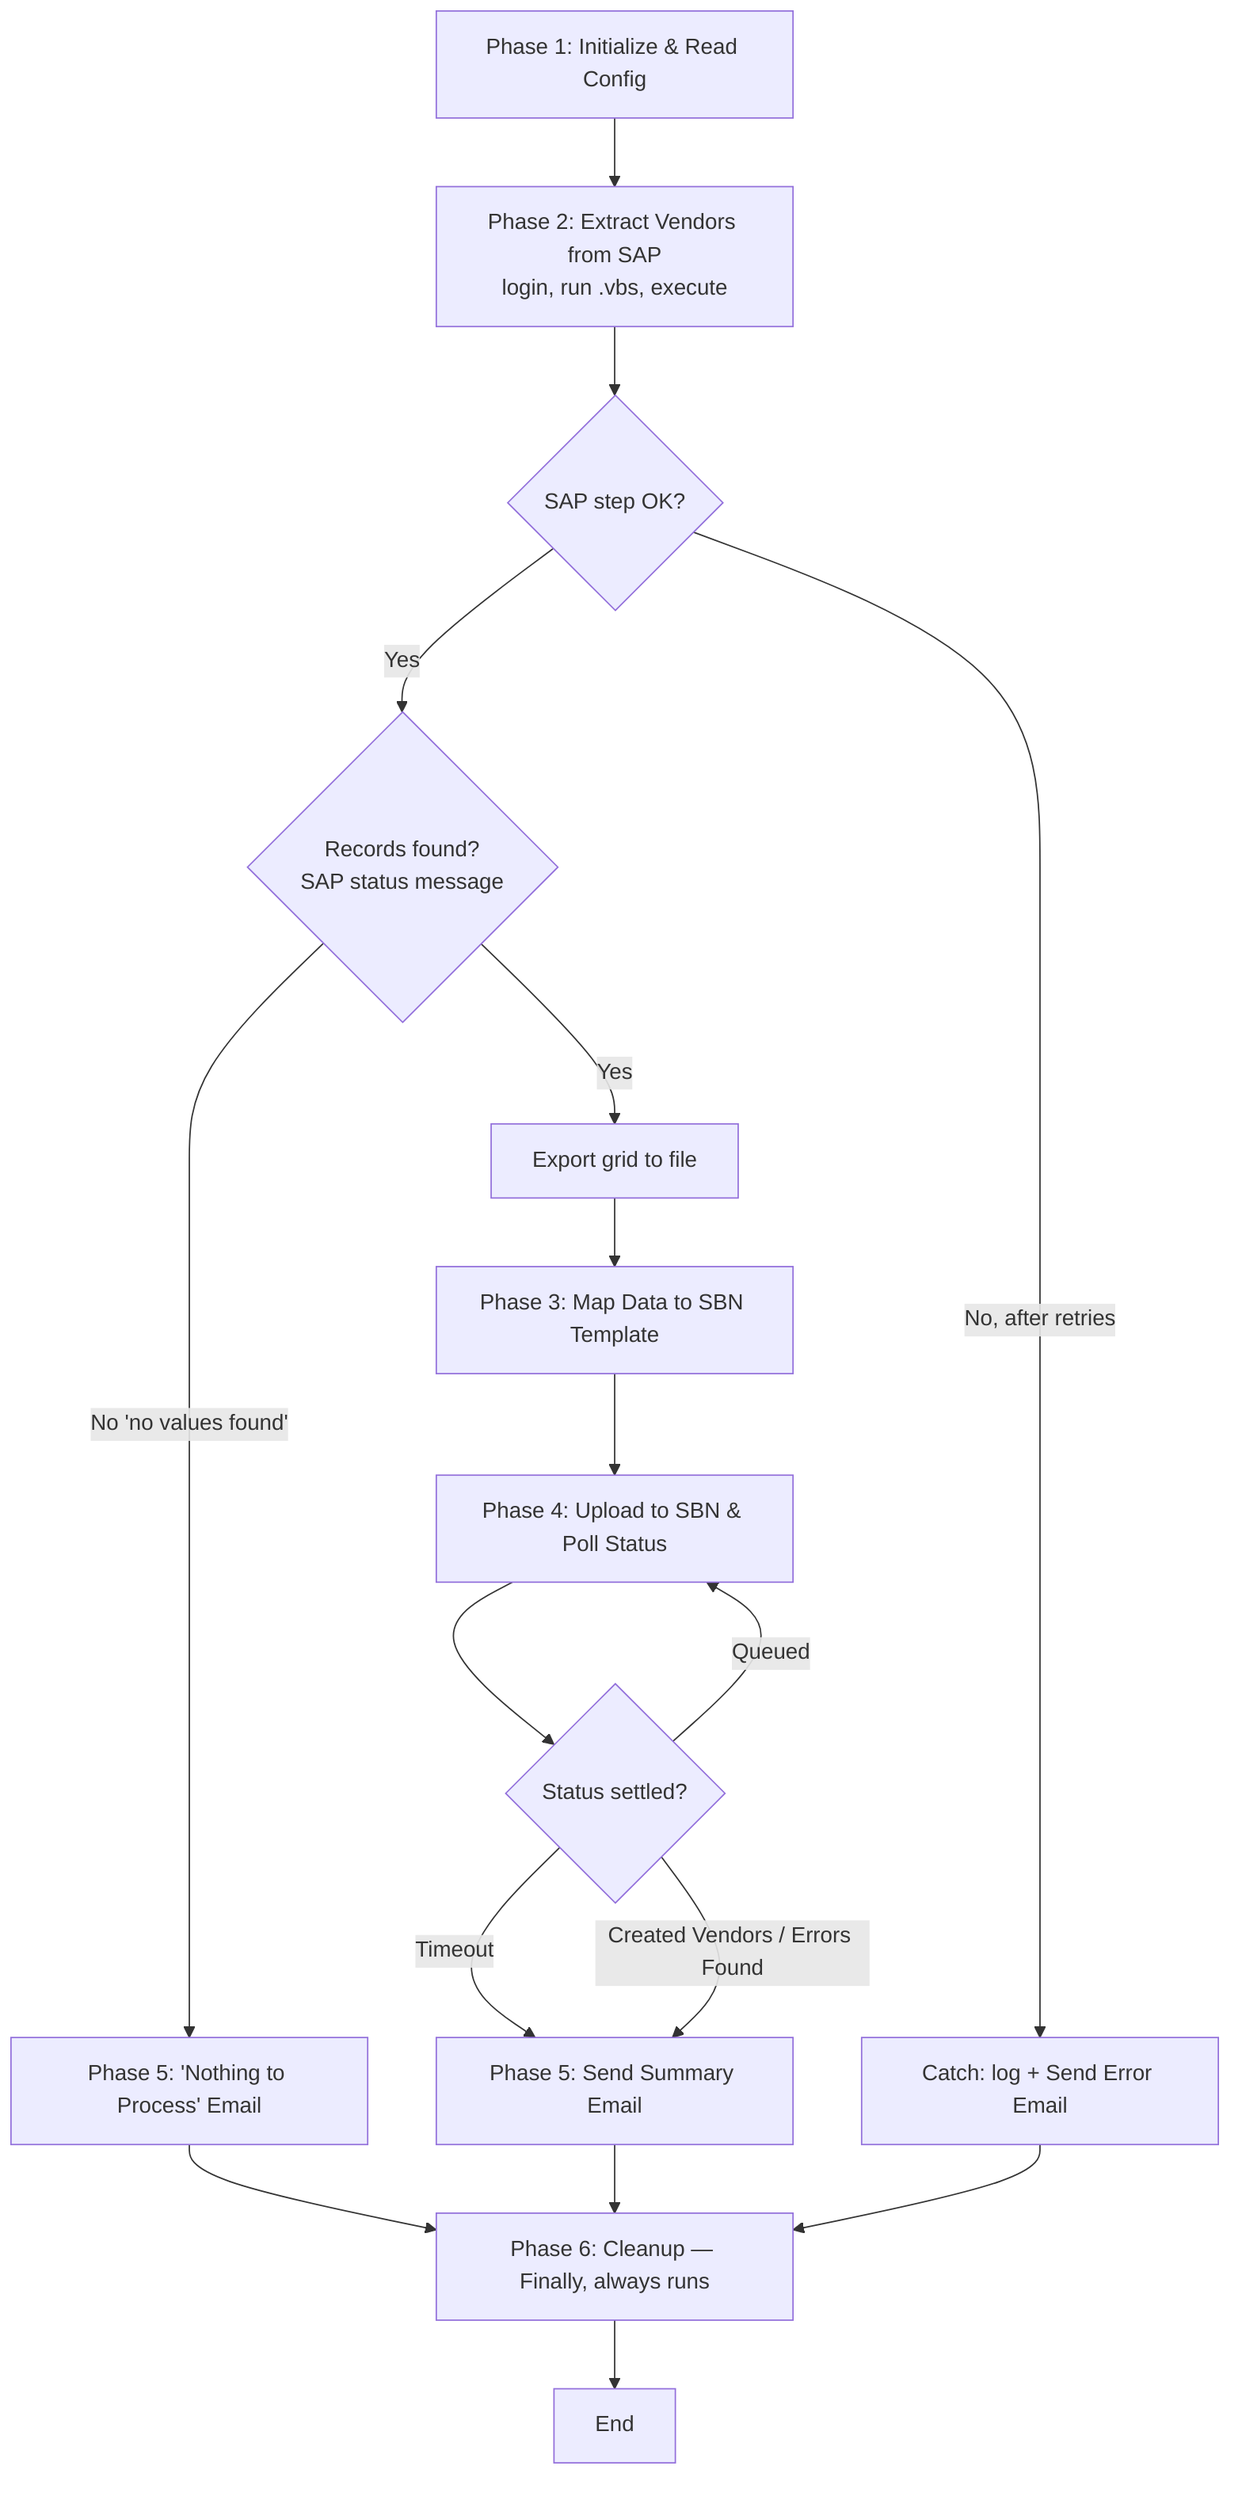
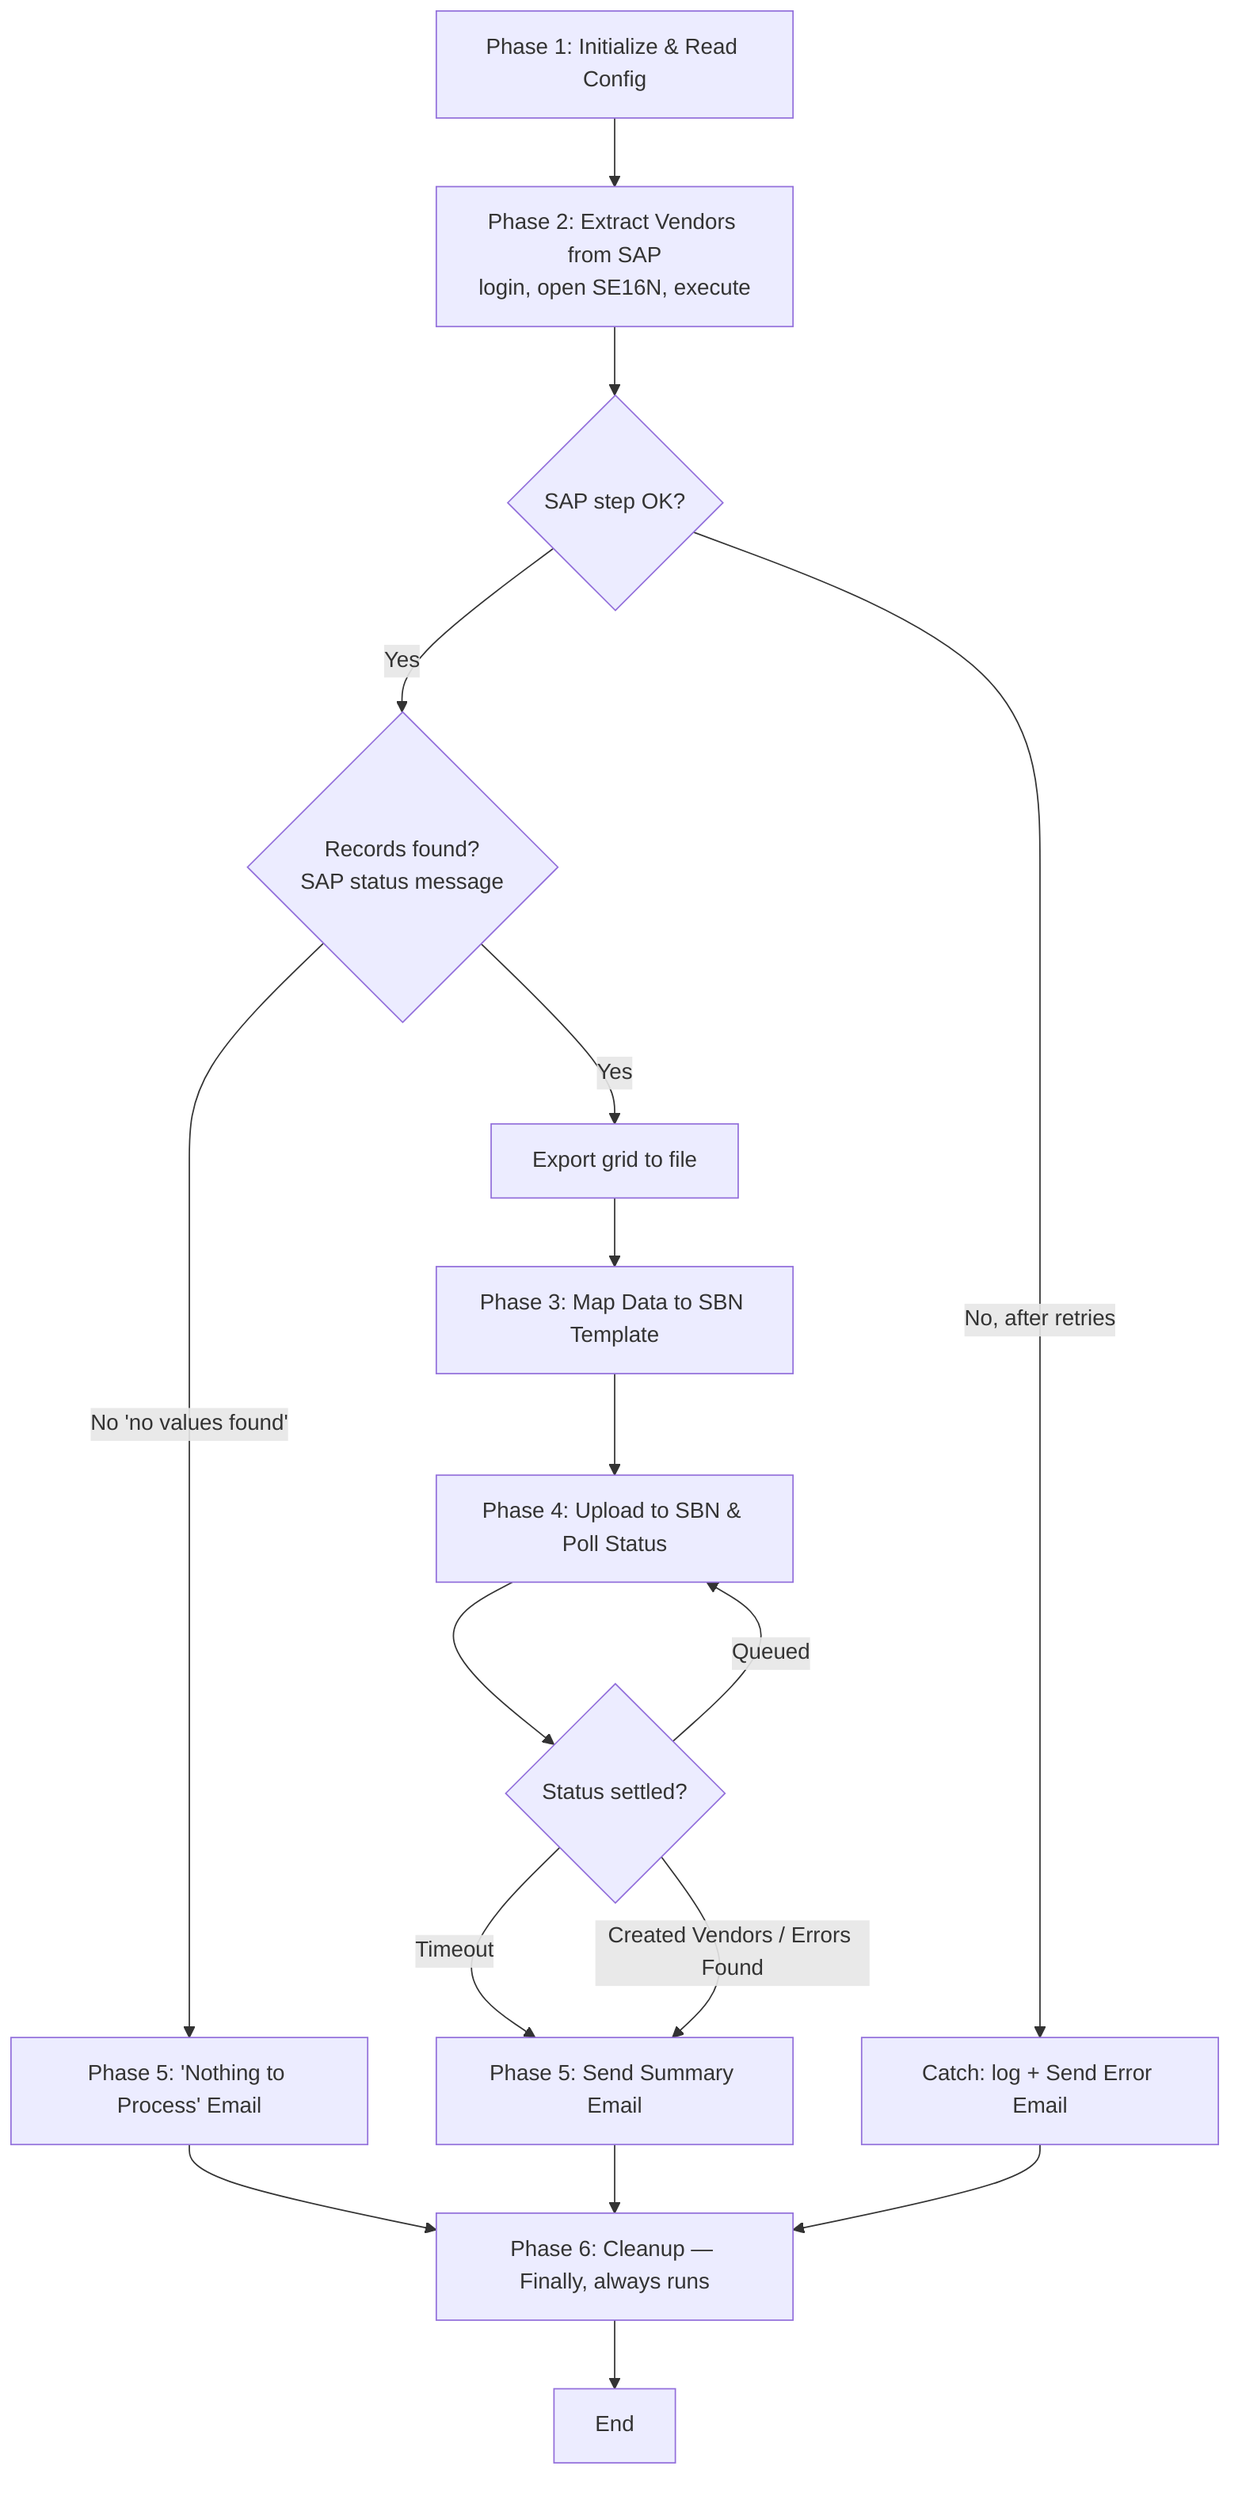
graph TD
-     A[Phase 1: Initialize & Read Config] --> B[Phase 2: Extract Vendors from SAP<br/>login, run .vbs, execute]
+     A[Phase 1: Initialize & Read Config] --> B[Phase 2: Extract Vendors from SAP<br/>login, open SE16N, execute]
    B --> Bok{SAP step OK?}
    Bok -->|No, after retries| CATCH[Catch: log + Send Error Email]
    Bok -->|Yes| Rec{Records found?<br/>SAP status message}
    Rec -->|No 'no values found'| NP[Phase 5: 'Nothing to Process' Email]
    Rec -->|Yes| Exp[Export grid to file] --> C[Phase 3: Map Data to SBN Template]
    C --> D[Phase 4: Upload to SBN & Poll Status]
    D --> Poll{Status settled?}
    Poll -->|Queued| D
    Poll -->|Timeout| E
    Poll -->|Created Vendors / Errors Found| E[Phase 5: Send Summary Email]
    NP --> FIN
    E --> FIN
    CATCH --> FIN[Phase 6: Cleanup — Finally, always runs]
    FIN --> F[End]

    %% Note: an outer Try-Catch-Finally wraps Phases 1-5; a technical
    %% failure in any phase routes to Catch, then Finally cleanup.
